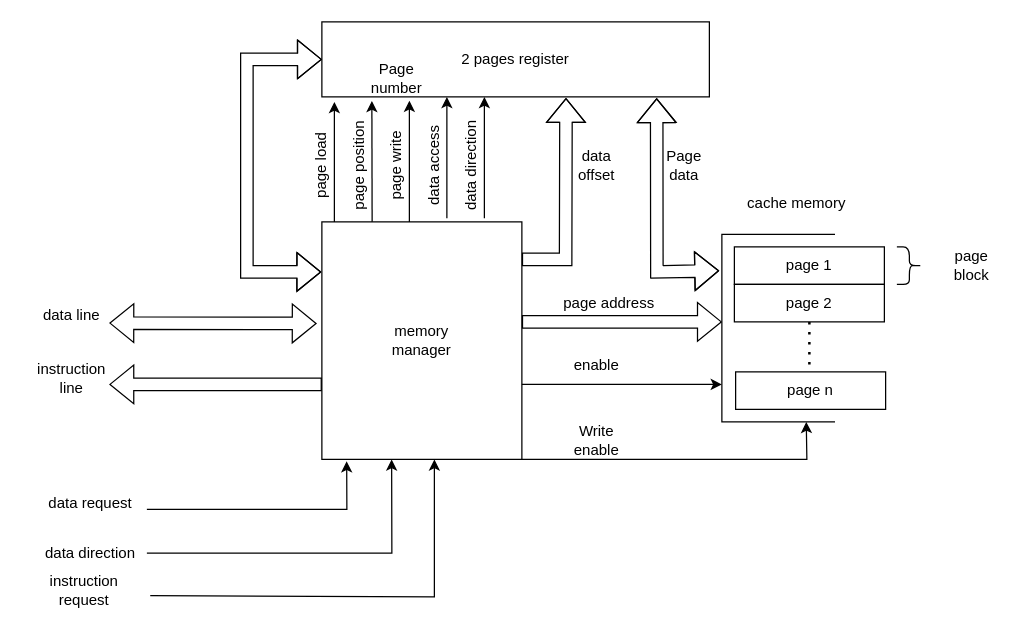
vittorio01/CustomCPU keeps this draw.io diagram as diagrams/memory_interface.drawio. Above is the earlier version. Source tidied: cells renumbered, new cells numbered last; positions are measured from the earlier drawing's top-left corner, leaving out a move shared by most shapes. Both pictures are drawn from the tidied source at 125%, with x=0, y=0 at pixel (21, 21).
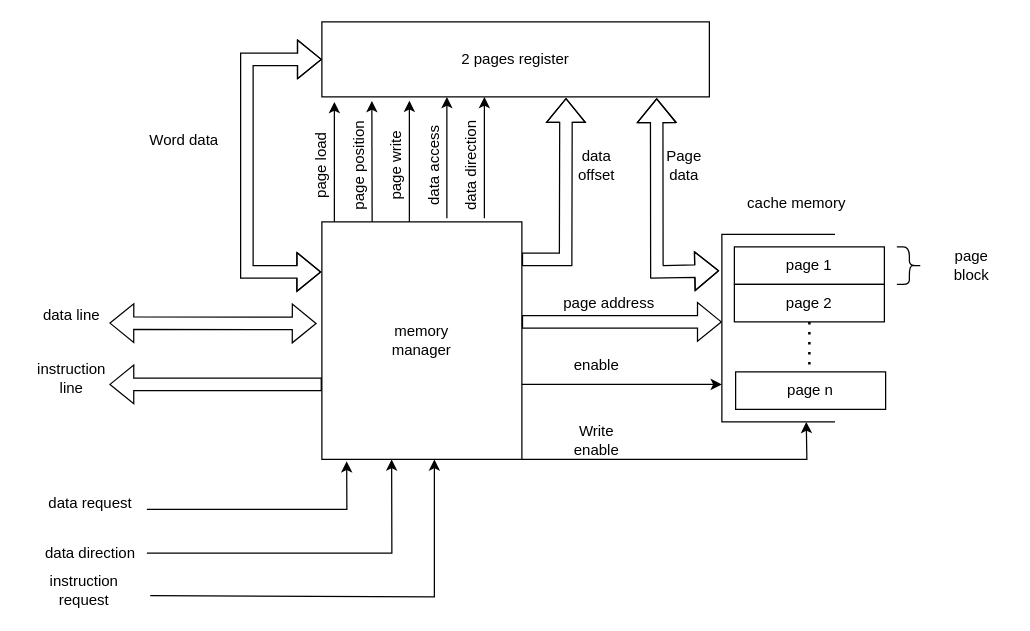
Above is the later version.

The edit, as a diff of the source:
```diff
@@
-    <mxCell id="25" value="&lt;div&gt;Page&lt;/div&gt;&lt;div&gt;number&lt;br&gt;&lt;/div&gt;" style="text;html=1;strokeColor=none;fillColor=none;align=center;verticalAlign=middle;whiteSpace=wrap;rounded=0;" parent="1" vertex="1">
-      <mxGeometry x="275" y="30" width="50" height="30" as="geometry" />
-    </mxCell>
@@
+    <mxCell id="44" value="Word data" style="text;html=1;strokeColor=none;fillColor=none;align=center;verticalAlign=middle;whiteSpace=wrap;rounded=0;" parent="1" vertex="1">
+      <mxGeometry x="100" y="80" width="60" height="30" as="geometry" />
+    </mxCell>
```
